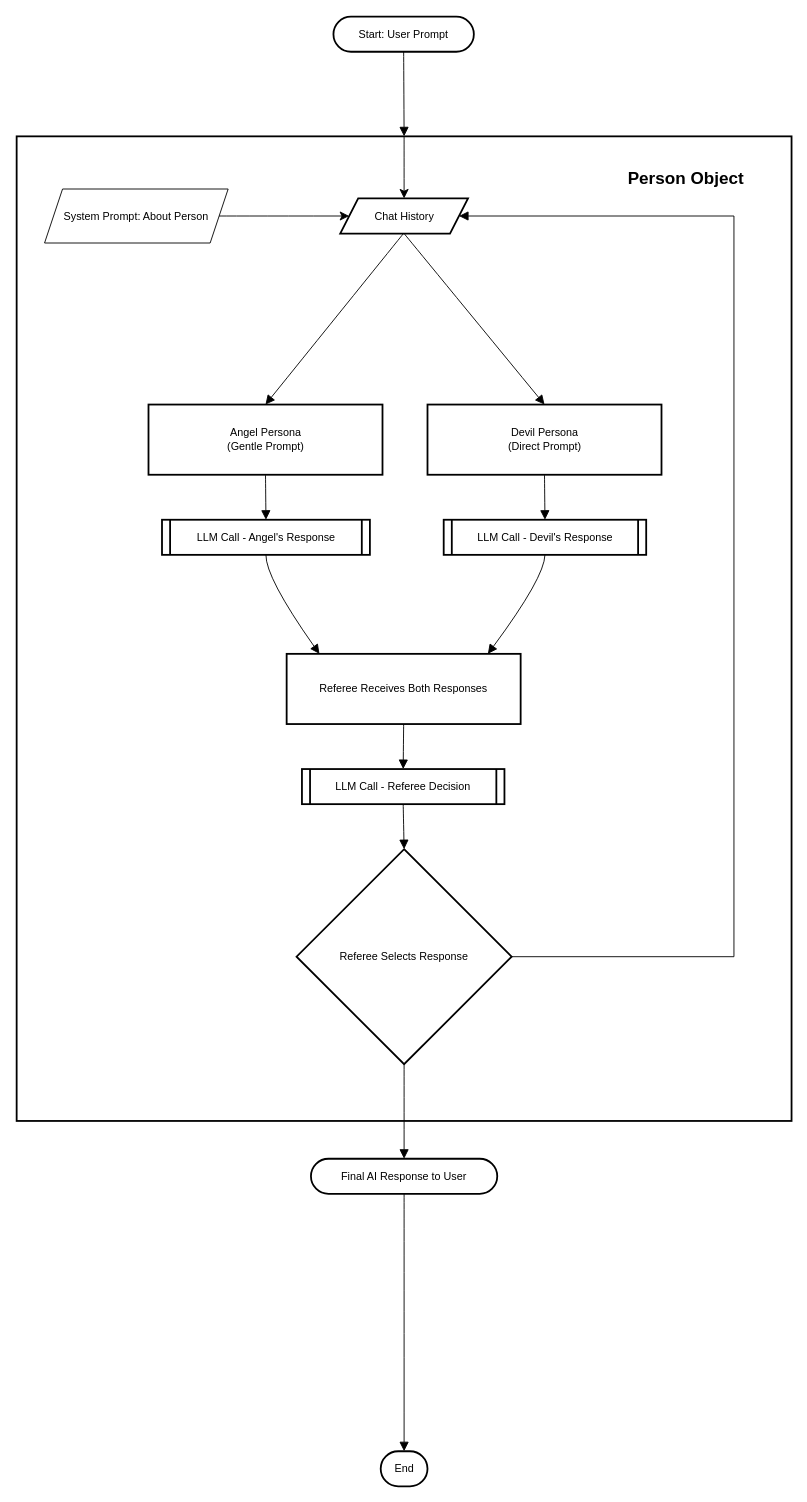
The draw.io diagram page "Page-2" (2 of 2) of PersonalityAI_schematics.drawio in alfiinyang/alfiinyang, before the edit. Source tidied: cells renumbered, new cells numbered last; positions are measured from the earlier drawing's top-left corner, leaving out a move shared by most shapes. Both pictures are drawn from the tidied source at 90%, with x=0, y=0 at pixel (16, 16).
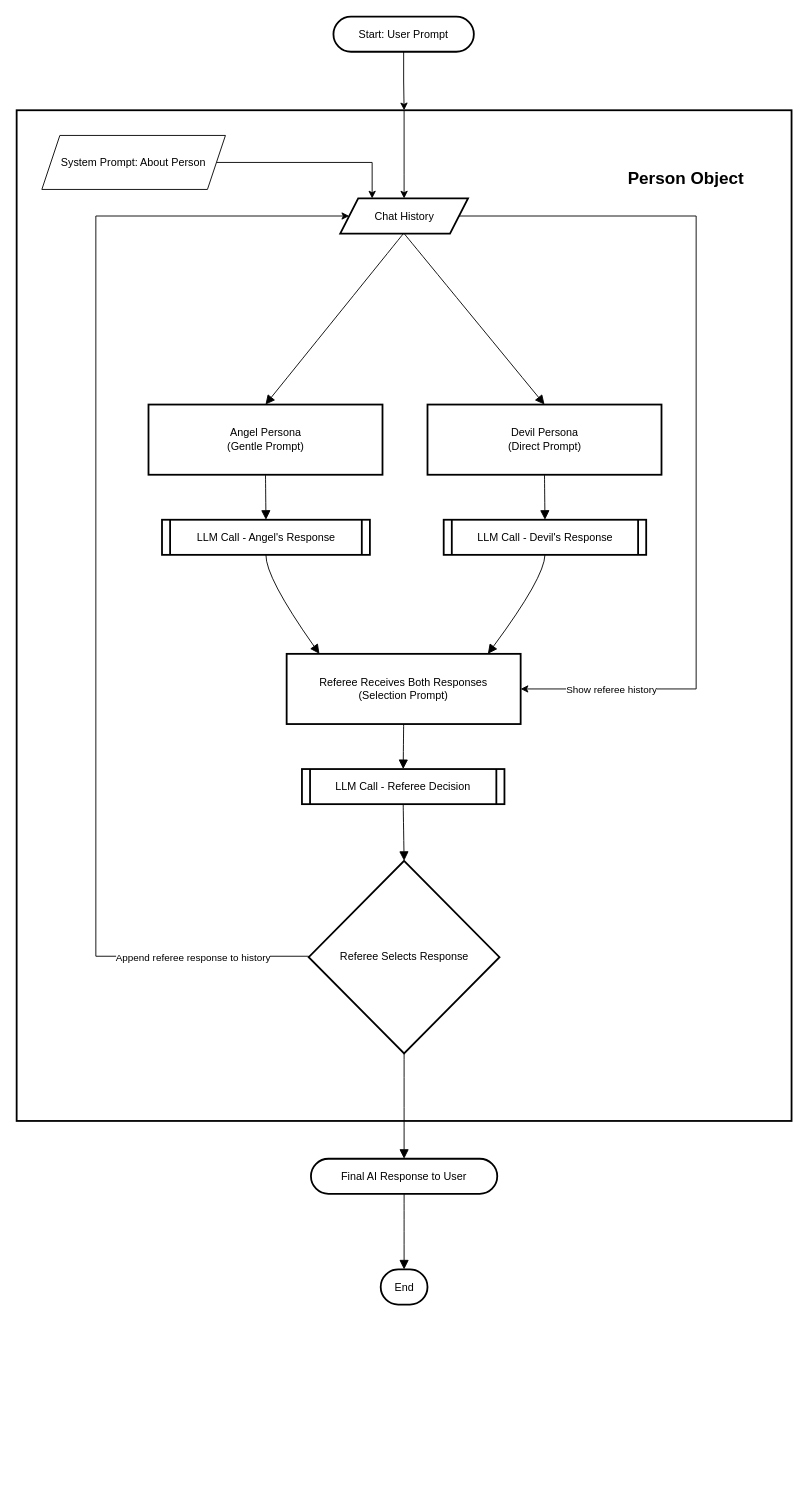
The same diagram, later.

Unchanged cells that the change refers to:
```xml
<mxCell id="2" value="Start: User Prompt" style="rounded=1;whiteSpace=wrap;arcSize=50;strokeWidth=2;" parent="1" vertex="1">
  <mxGeometry x="352" width="156" height="39" as="geometry" />
</mxCell>
<mxCell id="24" value="Chat History" style="shape=parallelogram;perimeter=parallelogramPerimeter;fixedSize=1;strokeWidth=2;whiteSpace=wrap;" parent="1" vertex="1">
  <mxGeometry x="359.5" y="202" width="142" height="39" as="geometry" />
</mxCell>
```

Diff of the diagram source:
```diff
@@
+    <mxCell id="14" style="edgeStyle=orthogonalEdgeStyle;rounded=0;jettySize=auto;html=1;exitX=0.5;exitY=1;exitDx=0;exitDy=0;entryX=0.5;entryY=0;entryDx=0;entryDy=0;" parent="1" edge="1" source="2" target="4">
+      <mxGeometry relative="1" as="geometry" />
+    </mxCell>
@@
     <mxCell id="4" style="whiteSpace=wrap;strokeWidth=2;direction=east;" parent="1" vertex="1">
-      <mxGeometry y="133" width="861" height="1094" as="geometry" />
+      <mxGeometry y="104" width="861" height="1123" as="geometry" />
     </mxCell>
@@
-    <mxCell id="7" value="LLM Call - Angel's Response" style="strokeWidth=2;shape=process;whiteSpace=wrap;size=0.04;" parent="1" vertex="1">
+    <mxCell id="7" value="LLM Call - Angel's Response" style="strokeWidth=2;shape=process;whiteSpace=wrap;size=0.04;fillStyle=solid;" parent="1" vertex="1">
       <mxGeometry x="161.5" y="559" width="231" height="39" as="geometry" />
     </mxCell>
@@
-    <mxCell id="9" value="Referee Receives Both Responses" style="whiteSpace=wrap;strokeWidth=2;" parent="1" vertex="1">
+    <mxCell id="9" value="Referee Receives Both Responses&#10;(Selection Prompt)" style="whiteSpace=wrap;strokeWidth=2;" parent="1" vertex="1">
       <mxGeometry x="300" y="708" width="260" height="78" as="geometry" />
     </mxCell>
@@
+    <mxCell id="26" style="edgeStyle=orthogonalEdgeStyle;rounded=0;jettySize=auto;html=1;exitX=0;exitY=0.5;exitDx=0;exitDy=0;entryX=0;entryY=0.5;entryDx=0;entryDy=0;" parent="1" edge="1" source="11" target="24">
+      <mxGeometry relative="1" as="geometry">
+        <Array as="points">
+          <mxPoint x="88" y="1044" />
+          <mxPoint x="88" y="222" />
+        </Array>
+      </mxGeometry>
+    </mxCell>
+    <mxCell id="31" value="Append referee response to history" style="edgeLabel;html=1;align=center;verticalAlign=middle;" parent="26" vertex="1">
+      <mxGeometry x="-0.77" y="1" relative="1" as="geometry">
+        <mxPoint x="24" as="offset" />
+      </mxGeometry>
+    </mxCell>
     <mxCell id="11" value="Referee Selects Response" style="rhombus;strokeWidth=2;whiteSpace=wrap;" parent="1" vertex="1">
-      <mxGeometry x="311" y="925" width="239" height="239" as="geometry" />
+      <mxGeometry x="324.5" y="938" width="212" height="214" as="geometry" />
     </mxCell>
@@
     <mxCell id="13" value="End" style="rounded=1;whiteSpace=wrap;arcSize=50;strokeWidth=2;" parent="1" vertex="1">
-      <mxGeometry x="404.5" y="1594" width="52" height="39" as="geometry" />
+      <mxGeometry x="404.5" y="1392" width="52" height="39" as="geometry" />
     </mxCell>
-    <mxCell id="14" style="curved=1;startArrow=none;endArrow=block;exitX=0.5;exitY=1;entryX=0.5;entryY=0;rounded=0;fontSize=12;startSize=8;endSize=8;" parent="1" edge="1" source="2" target="4">
-      <mxGeometry relative="1" as="geometry" />
-    </mxCell>
@@
+    <mxCell id="32" style="edgeStyle=orthogonalEdgeStyle;rounded=0;jettySize=auto;html=1;exitX=1;exitY=0.5;exitDx=0;exitDy=0;entryX=1;entryY=0.5;entryDx=0;entryDy=0;" parent="1" edge="1" source="24" target="9">
+      <mxGeometry relative="1" as="geometry">
+        <Array as="points">
+          <mxPoint x="755" y="222" />
+          <mxPoint x="755" y="747" />
+        </Array>
+      </mxGeometry>
+    </mxCell>
+    <mxCell id="33" value="Show referee history" style="edgeLabel;html=1;align=center;verticalAlign=middle;" parent="32" vertex="1">
+      <mxGeometry x="0.86" relative="1" as="geometry">
+        <mxPoint x="31" as="offset" />
+      </mxGeometry>
+    </mxCell>
+    <mxCell id="29" style="edgeStyle=orthogonalEdgeStyle;rounded=0;jettySize=auto;html=1;exitX=0.5;exitY=0;exitDx=0;exitDy=0;entryX=0.5;entryY=0;entryDx=0;entryDy=0;" parent="1" edge="1" source="4" target="24">
+      <mxGeometry relative="1" as="geometry">
+        <Array as="points">
+          <mxPoint x="431" y="175" />
+          <mxPoint x="431" y="175" />
+        </Array>
+      </mxGeometry>
+    </mxCell>
@@
-    <mxCell id="26" style="startArrow=none;endArrow=block;rounded=0;fontSize=12;startSize=8;endSize=8;exitX=1;exitY=0.5;exitDx=0;exitDy=0;entryX=1;entryY=0.5;entryDx=0;entryDy=0;edgeStyle=orthogonalEdgeStyle;" parent="1" edge="1" source="11" target="24">
-      <mxGeometry relative="1" as="geometry">
-        <Array as="points">
-          <mxPoint x="797" y="1045" />
-          <mxPoint x="797" y="222" />
-        </Array>
-      </mxGeometry>
-    </mxCell>
+    <mxCell id="28" style="edgeStyle=orthogonalEdgeStyle;rounded=0;jettySize=auto;html=1;exitX=1;exitY=0.5;exitDx=0;exitDy=0;entryX=0.25;entryY=0;entryDx=0;entryDy=0;" parent="1" edge="1" source="27" target="24">
+      <mxGeometry relative="1" as="geometry" />
+    </mxCell>
     <mxCell id="27" value="System Prompt: About Person" style="shape=parallelogram;perimeter=parallelogramPerimeter;whiteSpace=wrap;html=1;fixedSize=1;" parent="1" vertex="1">
-      <mxGeometry x="31" y="191.5" width="204" height="60" as="geometry" />
+      <mxGeometry x="28" y="132" width="204" height="60" as="geometry" />
     </mxCell>
-    <mxCell id="28" style="edgeStyle=none;jettySize=auto;html=1;rounded=0;fontSize=12;startSize=8;endSize=8;curved=1;" parent="1" edge="1" source="27" target="24">
-      <mxGeometry relative="1" as="geometry" />
-    </mxCell>
-    <mxCell id="29" style="edgeStyle=none;jettySize=auto;html=1;rounded=0;fontSize=12;startSize=8;endSize=8;curved=1;exitX=0.5;exitY=0;exitDx=0;exitDy=0;" parent="1" edge="1" source="4" target="24">
-      <mxGeometry relative="1" as="geometry" />
-    </mxCell>
```
